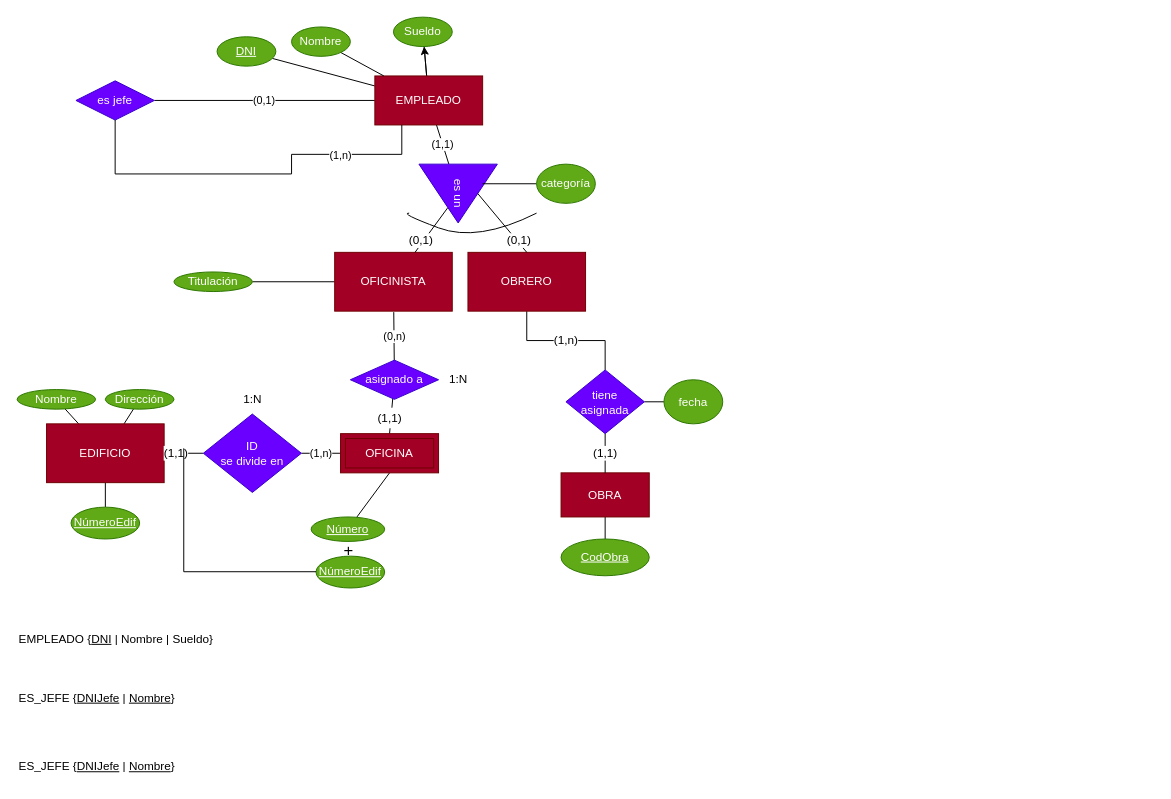
Earlier version of the draw.io diagram page "Ejercicio 10" (3 of 3) of Ejercicio8-9-10.drawio (antonionavarro04/diagramas). Source tidied: cells renumbered, new cells numbered last; positions are measured from the earlier drawing's top-left corner, leaving out a move shared by most shapes. Both pictures are drawn from the tidied source at 98%, with x=0, y=0 at pixel (17, 17).
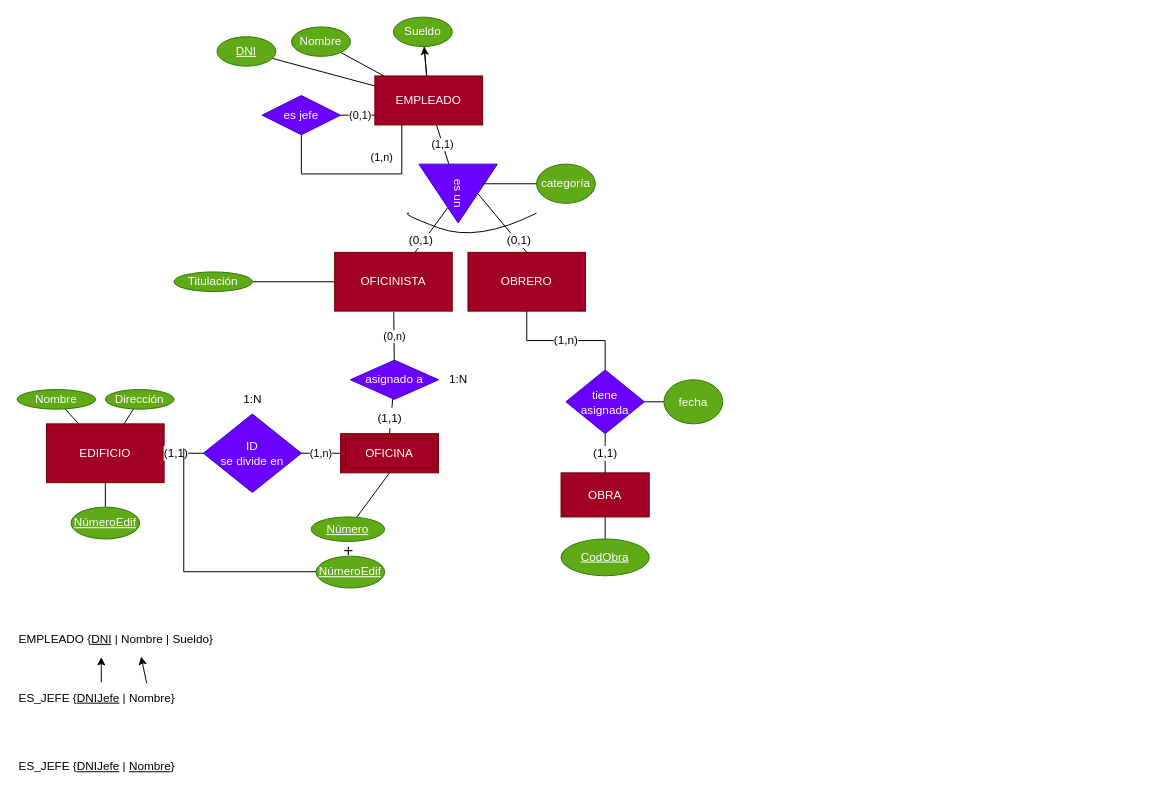
Above is the later version.

The change refers to these unchanged cells:
```xml
<mxCell id="7" value="EMPLEADO" style="rounded=0;whiteSpace=wrap;html=1;fillColor=#a20025;fontColor=#ffffff;strokeColor=#6F0000;" parent="1" vertex="1">
  <mxGeometry x="365" y="60" width="110" height="50" as="geometry" />
</mxCell>
<mxCell id="58" value="EMPLEADO {&lt;u&gt;DNI&lt;/u&gt;&amp;nbsp;| Nombre | Sueldo}" style="text;html=1;strokeColor=none;fillColor=none;align=left;verticalAlign=middle;whiteSpace=wrap;rounded=0;" parent="1" vertex="1">
  <mxGeometry y="620" width="1160" height="30" as="geometry" />
</mxCell>
```

Diff of the diagram source:
```diff
@@
-    <mxCell id="5" value="(0,1)" style="rounded=0;jettySize=auto;html=1;startArrow=none;startFill=0;endArrow=none;endFill=0;" parent="1" edge="1" source="7" target="27">
+    <mxCell id="5" value="(0,1)" style="rounded=0;jettySize=auto;html=1;startArrow=none;startFill=0;endArrow=none;endFill=0;entryX=1;entryY=0.5;entryDx=0;entryDy=0;exitX=0.045;exitY=0.8;exitDx=0;exitDy=0;exitPerimeter=0;" parent="1" edge="1" source="7" target="27">
       <mxGeometry relative="1" as="geometry" />
     </mxCell>
@@
     <mxCell id="27" value="es jefe" style="rhombus;whiteSpace=wrap;html=1;fillColor=#6a00ff;fontColor=#ffffff;strokeColor=#3700CC;" parent="1" vertex="1">
-      <mxGeometry x="60" y="65" width="80" height="40" as="geometry" />
+      <mxGeometry x="250" y="80" width="80" height="40" as="geometry" />
     </mxCell>
     <mxCell id="28" style="endArrow=none;html=1;rounded=0;entryX=0.5;entryY=1;entryDx=0;entryDy=0;exitX=0.25;exitY=1;exitDx=0;exitDy=0;edgeStyle=orthogonalEdgeStyle;" parent="1" edge="1" source="7" target="27">
       <mxGeometry relative="1" as="geometry">
         <Array as="points">
-          <mxPoint x="393" y="140" />
-          <mxPoint x="280" y="140" />
-          <mxPoint x="280" y="160" />
-          <mxPoint x="100" y="160" />
+          <mxPoint x="392" y="160" />
+          <mxPoint x="290" y="160" />
         </Array>
       </mxGeometry>
     </mxCell>
@@
-    <mxCell id="59" value="ES_JEFE {&lt;u&gt;DNIJefe&lt;/u&gt; | &lt;u&gt;Nombre&lt;/u&gt;}" style="text;html=1;strokeColor=none;fillColor=none;align=left;verticalAlign=middle;whiteSpace=wrap;rounded=0;" parent="1" vertex="1">
+    <mxCell id="59" value="ES_JEFE {&lt;u&gt;DNIJefe&lt;/u&gt; | Nombre}" style="text;html=1;strokeColor=none;fillColor=none;align=left;verticalAlign=middle;whiteSpace=wrap;rounded=0;" parent="1" vertex="1">
       <mxGeometry y="680" width="1160" height="30" as="geometry" />
     </mxCell>
@@
+    <mxCell id="61" style="endArrow=classic;html=1;rounded=0;entryX=0.074;entryY=1.1;entryDx=0;entryDy=0;entryPerimeter=0;exitX=0.074;exitY=-0.043;exitDx=0;exitDy=0;exitPerimeter=0;" parent="1" edge="1" source="59" target="58">
+      <mxGeometry relative="1" as="geometry" />
+    </mxCell>
+    <mxCell id="62" style="endArrow=classic;html=1;rounded=0;entryX=0.109;entryY=1.081;entryDx=0;entryDy=0;entryPerimeter=0;exitX=0.114;exitY=-0.005;exitDx=0;exitDy=0;exitPerimeter=0;" parent="1" edge="1" source="59" target="58">
+      <mxGeometry relative="1" as="geometry" />
+    </mxCell>
```
